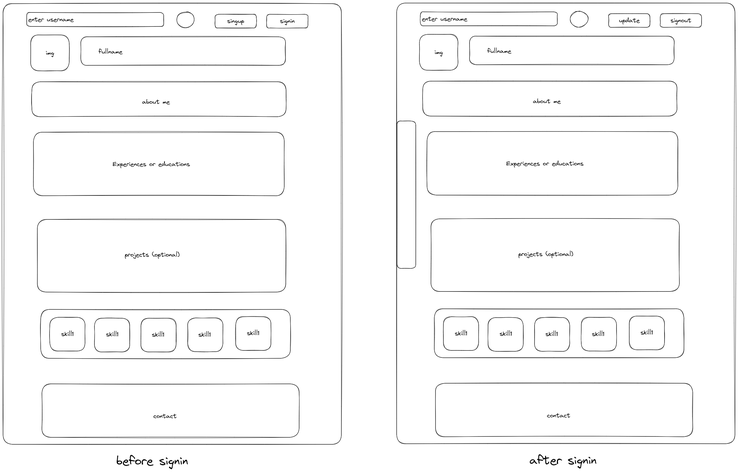
Earlier version of the Excalidraw export designs.excalidraw.png (rajasekhar1404/krsui). Source tidied: one line per element, renumbered; positions are measured from the earlier drawing's top-left corner, leaving out a move shared by most shapes.
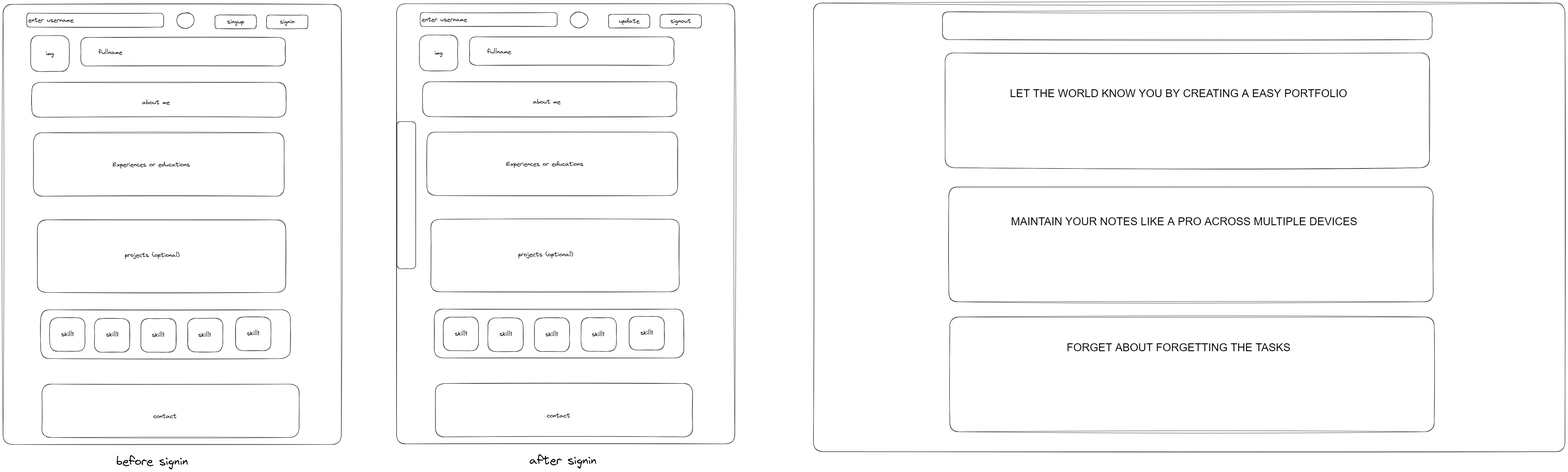
Later version of the same file.

Diff of the diagram source:
```diff
@@ -63,3 +63,11 @@
 {"id": 62, "type": "rectangle", "strokeColor": "#000000", "strokeWidth": 1, "roughness": 1, "round": true, "x": 1297, "y": 388, "width": 62, "height": 485}
 {"id": 63, "type": "text", "text": "before signin", "strokeColor": "#000000", "strokeWidth": 1, "roughness": 1, "fontSize": 39.44, "fontFamily": 1, "x": 373, "y": 1484, "width": 236, "height": 49}
 {"id": 64, "type": "text", "text": "after signin", "strokeColor": "#000000", "strokeWidth": 1, "roughness": 1, "fontSize": 39.44, "fontFamily": 1, "x": 1733, "y": 1482, "width": 221, "height": 49}
+{"id": 65, "type": "rectangle", "strokeColor": "#000000", "strokeWidth": 1, "roughness": 1, "round": true, "x": 2669, "y": -2, "width": 2475, "height": 1478}
+{"id": 66, "type": "rectangle", "strokeColor": "#000000", "strokeWidth": 1, "roughness": 1, "round": true, "x": 3094, "y": 26, "width": 1613, "height": 92}
+{"id": 67, "type": "rectangle", "strokeColor": "#000000", "strokeWidth": 1, "roughness": 1, "round": true, "x": 3103, "y": 162, "width": 1595, "height": 378}
+{"id": 68, "type": "rectangle", "strokeColor": "#000000", "strokeWidth": 1, "roughness": 1, "round": true, "x": 3115, "y": 604, "width": 1595, "height": 378}
+{"id": 69, "type": "rectangle", "strokeColor": "#000000", "strokeWidth": 1, "roughness": 1, "round": true, "x": 3118, "y": 1032, "width": 1595, "height": 378}
+{"id": 70, "type": "text", "text": "LET THE WORLD KNOW YOU BY CREATING A EASY PORTFOLIO", "strokeColor": "#000000", "strokeWidth": 1, "roughness": 1, "fontSize": 36, "fontFamily": 2, "x": 3316, "y": 274, "width": 1111, "height": 41}
+{"id": 71, "type": "text", "text": "MAINTAIN YOUR NOTES LIKE A PRO ACROSS MULTIPLE DEVICES", "strokeColor": "#000000", "strokeWidth": 1, "roughness": 1, "fontSize": 36, "fontFamily": 2, "x": 3319, "y": 696, "width": 1141, "height": 41}
+{"id": 72, "type": "text", "text": "FORGET ABOUT FORGETTING THE TASKS", "strokeColor": "#000000", "strokeWidth": 1, "roughness": 1, "fontSize": 36, "fontFamily": 2, "x": 3503, "y": 1112, "width": 737, "height": 41}
```
